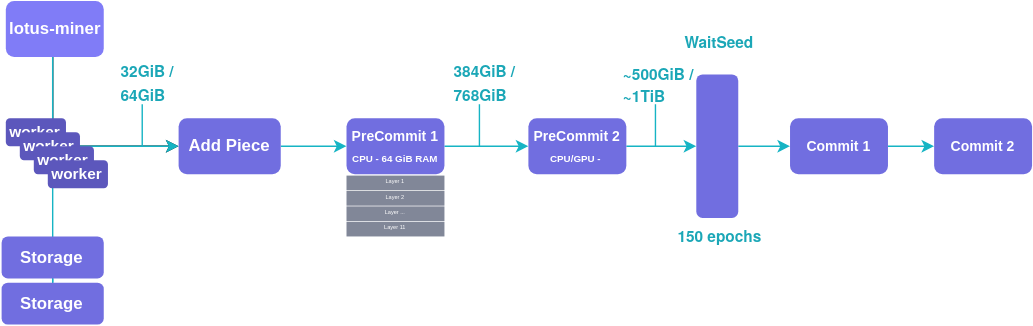
Above: High-Level-SP-Diagram.svg in rjan90/Diagram (draw.io), before the change. Source tidied: cells renumbered, new cells last; positions are measured from the earlier drawing's top-left corner, leaving out a move shared by most shapes.
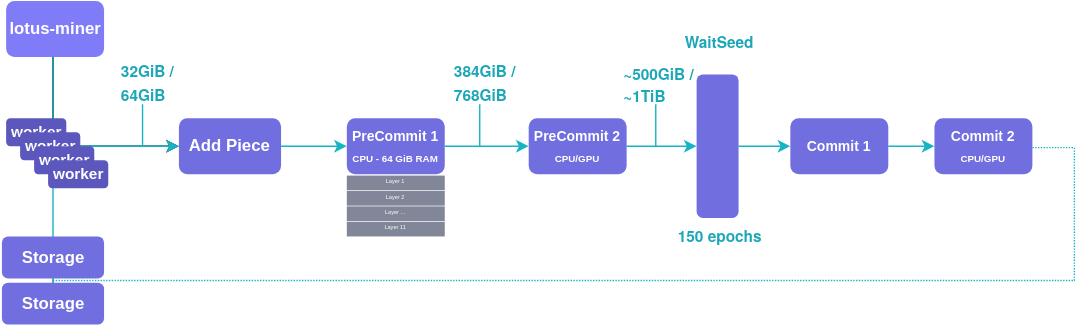
The same file after the commit.

Diff of the diagram source:
```diff
@@ -52,7 +52,7 @@
     <mxCell id="13" style="edgeStyle=orthogonalEdgeStyle;rounded=0;jettySize=auto;html=1;fontSize=11;fontColor=#FFFFFF;endArrow=classic;endFill=1;strokeColor=#16B4C4;entryX=0;entryY=0.5;entryDx=0;entryDy=0;" parent="1" edge="1" source="14" target="16">
       <mxGeometry relative="1" as="geometry" />
     </mxCell>
-    <mxCell id="14" value="&lt;b&gt;&lt;font style=&quot;&quot; color=&quot;#ffffff&quot;&gt;&lt;span style=&quot;font-size: 10px;&quot;&gt;PreCommit 2&lt;/span&gt;&lt;br&gt;&lt;font style=&quot;font-size: 7px;&quot;&gt;CPU/GPU -&amp;nbsp;&lt;/font&gt;&lt;br&gt;&lt;/font&gt;&lt;/b&gt;" style="text;html=1;strokeColor=none;fillColor=#716EE0;align=center;verticalAlign=middle;whiteSpace=wrap;rounded=1;" parent="1" vertex="1">
+    <mxCell id="14" value="&lt;b&gt;&lt;font style=&quot;&quot; color=&quot;#ffffff&quot;&gt;&lt;span style=&quot;font-size: 10px;&quot;&gt;PreCommit 2&lt;/span&gt;&lt;br&gt;&lt;font style=&quot;font-size: 7px;&quot;&gt;CPU/GPU&lt;/font&gt;&lt;br&gt;&lt;/font&gt;&lt;/b&gt;" style="text;html=1;strokeColor=none;fillColor=#716EE0;align=center;verticalAlign=middle;whiteSpace=wrap;rounded=1;" parent="1" vertex="1">
       <mxGeometry x="376" y="84" width="70" height="40" as="geometry" />
     </mxCell>
     <mxCell id="15" style="edgeStyle=orthogonalEdgeStyle;rounded=0;jettySize=auto;html=1;fontSize=11;fontColor=#FFFFFF;endArrow=classic;endFill=1;strokeColor=#16B4C4;" parent="1" edge="1" source="16" target="18">
@@ -67,7 +67,17 @@
     <mxCell id="18" value="&lt;b&gt;&lt;font style=&quot;font-size: 10px;&quot; color=&quot;#ffffff&quot;&gt;Commit 1&lt;/font&gt;&lt;/b&gt;" style="text;html=1;strokeColor=none;fillColor=#716EE0;align=center;verticalAlign=middle;whiteSpace=wrap;rounded=1;" parent="1" vertex="1">
       <mxGeometry x="563" y="84" width="70" height="40" as="geometry" />
     </mxCell>
+    <mxCell id="37" style="edgeStyle=orthogonalEdgeStyle;rounded=0;jettySize=auto;html=1;exitX=1;exitY=0.5;exitDx=0;exitDy=0;fontSize=7;fontColor=#818798;endArrow=none;endFill=0;strokeColor=#16B4C4;dashed=1;jumpSize=3;startSize=5;endSize=5;dashPattern=1 1;" parent="1" edge="1" target="23">
+      <mxGeometry relative="1" as="geometry">
+        <mxPoint x="736" y="105" as="sourcePoint" />
+        <Array as="points">
+          <mxPoint x="766" y="105" />
+          <mxPoint x="766" y="200" />
+          <mxPoint x="36" y="200" />
+        </Array>
+      </mxGeometry>
+    </mxCell>
-    <mxCell id="19" value="&lt;b&gt;&lt;font style=&quot;font-size: 10px;&quot; color=&quot;#ffffff&quot;&gt;Commit 2&lt;/font&gt;&lt;/b&gt;" style="text;html=1;strokeColor=none;fillColor=#716EE0;align=center;verticalAlign=middle;whiteSpace=wrap;rounded=1;" parent="1" vertex="1">
+    <mxCell id="19" value="&lt;b&gt;&lt;font style=&quot;&quot; color=&quot;#ffffff&quot;&gt;&lt;span style=&quot;font-size: 10px;&quot;&gt;Commit 2&lt;/span&gt;&lt;br&gt;&lt;font style=&quot;font-size: 7px;&quot;&gt;CPU/GPU&lt;/font&gt;&lt;br&gt;&lt;/font&gt;&lt;/b&gt;" style="text;html=1;strokeColor=none;fillColor=#716EE0;align=center;verticalAlign=middle;whiteSpace=wrap;rounded=1;" parent="1" vertex="1">
       <mxGeometry x="666" y="84" width="70" height="40" as="geometry" />
     </mxCell>
     <mxCell id="20" style="edgeStyle=orthogonalEdgeStyle;rounded=0;jettySize=auto;html=1;fontSize=11;fontColor=#FFFFFF;endArrow=none;endFill=0;strokeColor=#16B4C4;" parent="1" edge="1" source="22" target="23">
@@ -90,9 +100,6 @@
     <mxCell id="22" value="&lt;b&gt;&lt;font color=&quot;#ffffff&quot;&gt;Storage&lt;br&gt;&lt;/font&gt;&lt;/b&gt;" style="text;html=1;strokeColor=none;fillColor=#716EE0;align=center;verticalAlign=middle;whiteSpace=wrap;rounded=1;" parent="1" vertex="1">
       <mxGeometry x="-0.5" y="168.5" width="73" height="30" as="geometry" />
     </mxCell>
-    <mxCell id="23" value="&lt;b&gt;&lt;font color=&quot;#ffffff&quot;&gt;Storage&lt;br&gt;&lt;/font&gt;&lt;/b&gt;" style="text;html=1;strokeColor=none;fillColor=#716EE0;align=center;verticalAlign=middle;whiteSpace=wrap;rounded=1;" parent="1" vertex="1">
-      <mxGeometry x="-0.5" y="201.5" width="73" height="30" as="geometry" />
-    </mxCell>
     <mxCell id="24" value="&lt;b&gt;&lt;font color=&quot;#ffffff&quot;&gt;lotus-miner&lt;/font&gt;&lt;/b&gt;" style="text;html=1;strokeColor=none;fillColor=#807CF7;align=center;verticalAlign=middle;whiteSpace=wrap;rounded=1;" parent="1" vertex="1">
       <mxGeometry x="2.5" y="0.2" width="70" height="40" as="geometry" />
     </mxCell>
@@ -140,5 +147,8 @@
     <mxCell id="36" value="&lt;b style=&quot;font-size: 11px;&quot;&gt;&lt;font style=&quot;font-size: 11px;&quot; color=&quot;#ffffff&quot;&gt;worker&lt;/font&gt;&lt;/b&gt;" style="text;html=1;strokeColor=none;fillColor=#5C57BC;align=center;verticalAlign=middle;whiteSpace=wrap;rounded=1;fontSize=11;" parent="1" vertex="1">
       <mxGeometry x="32.5" y="114" width="43" height="20" as="geometry" />
     </mxCell>
+    <mxCell id="23" value="&lt;b&gt;&lt;font color=&quot;#ffffff&quot;&gt;Storage&lt;br&gt;&lt;/font&gt;&lt;/b&gt;" style="text;html=1;strokeColor=none;fillColor=#716EE0;align=center;verticalAlign=middle;whiteSpace=wrap;rounded=1;" parent="1" vertex="1">
+      <mxGeometry x="-0.5" y="201.5" width="73" height="30" as="geometry" />
+    </mxCell>
   </root>
 </mxGraphModel>
```
